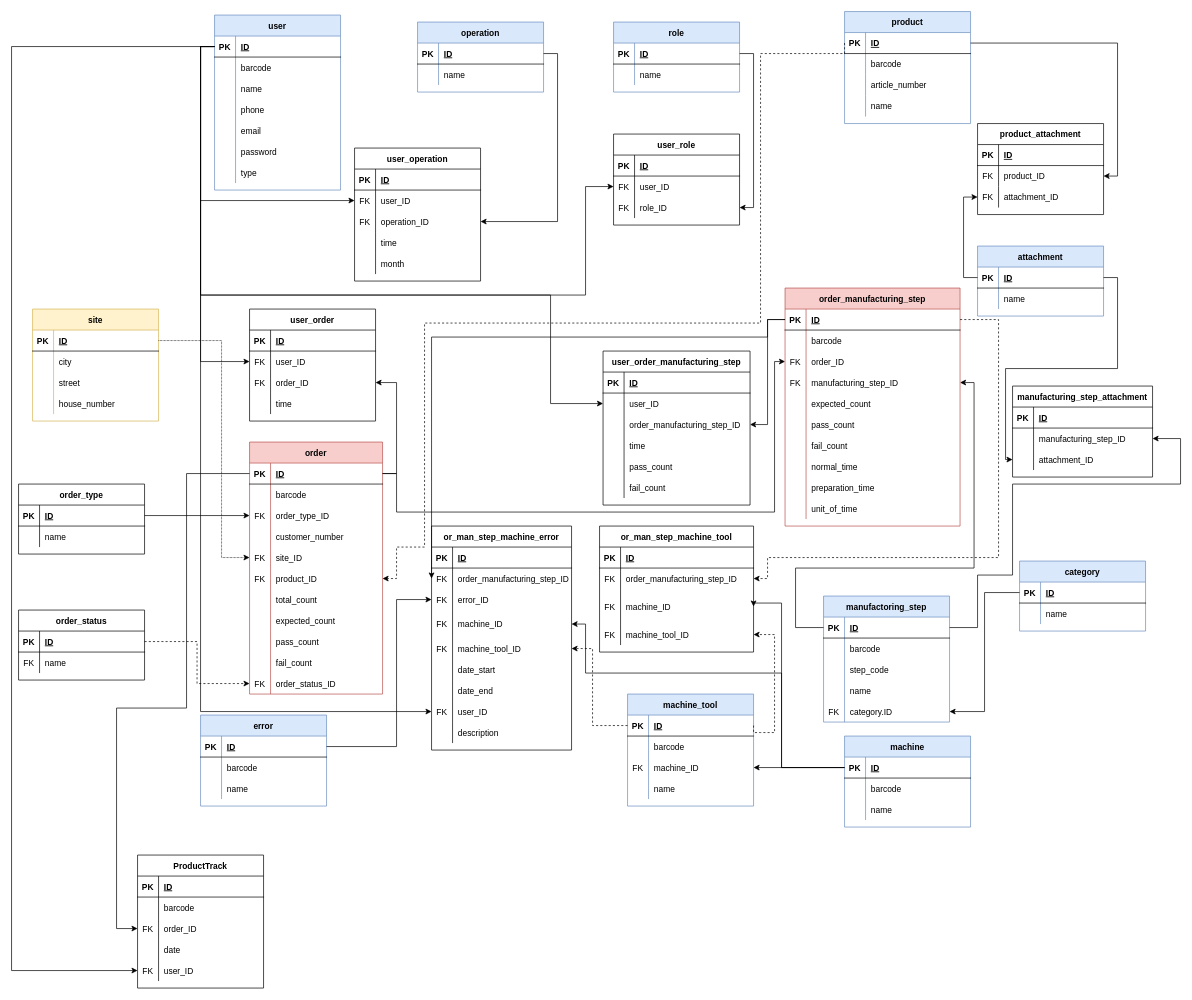
The draw.io diagram DOC/diagrams/database_plan_2_0_0.drawio in KerteszZoltan/mesterminal, before the edit. Source tidied: cells renumbered, new cells numbered last; positions are measured from the earlier drawing's top-left corner, leaving out a move shared by most shapes. Both pictures are drawn from the tidied source at 70%, with x=0, y=0 at pixel (11, 11).
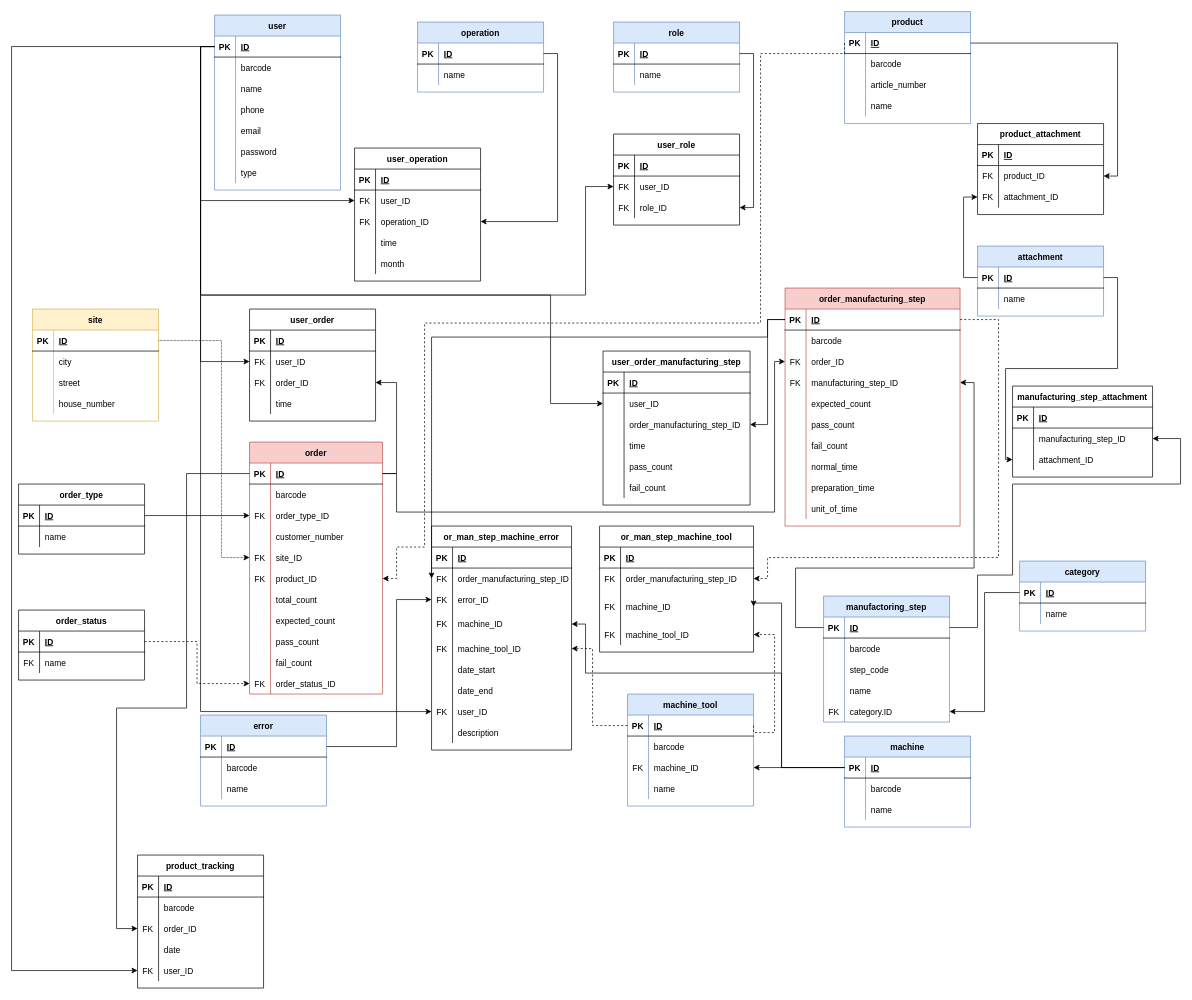
Above is the later version.

Commit message:
rename ProductTruck -> product_tracking

Diff of the diagram source:
```diff
@@
-    <mxCell id="353" value="ProductTrack" style="shape=table;startSize=30;childLayout=tableLayout;rowLines=0;fontStyle=1;align=center;" parent="1" vertex="1">
+    <mxCell id="353" value="product_tracking" style="shape=table;startSize=30;childLayout=tableLayout;rowLines=0;fontStyle=1;align=center;" parent="1" vertex="1">
       <mxGeometry x="180" y="1205" width="180" height="190" as="geometry" />
     </mxCell>
```
